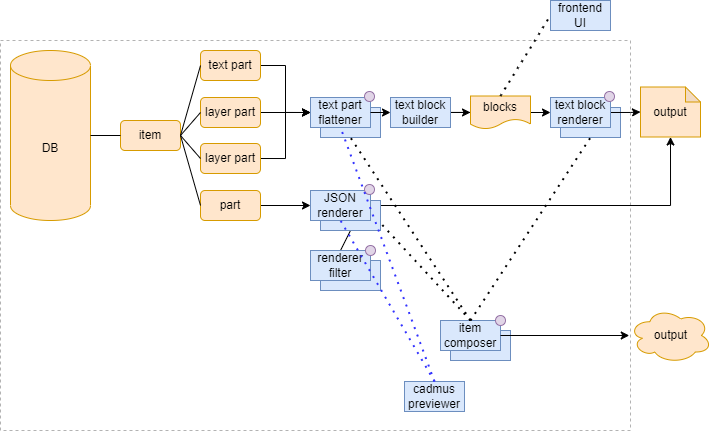
vedph/cadmus-migration keeps this draw.io diagram as docs/img/cadmus-export.png. Above is the earlier version. Source tidied: cells renumbered, new cells last; positions are measured from the earlier drawing's top-left corner, leaving out a move shared by most shapes. Source of this version:
```xml
<mxGraphModel>
  <root>
    <mxCell id="0" />
    <mxCell id="1" parent="0" />
    <mxCell id="2" style="rounded=0;whiteSpace=wrap;html=1;dashed=1;strokeColor=#B3B3B3;" parent="1" vertex="1">
      <mxGeometry y="40" width="630" height="390" as="geometry" />
    </mxCell>
    <mxCell id="3" style="text;html=1;strokeColor=#6c8ebf;fillColor=#dae8fc;align=center;verticalAlign=middle;whiteSpace=wrap;rounded=0;" parent="1" vertex="1">
      <mxGeometry x="560" y="107" width="60" height="30" as="geometry" />
    </mxCell>
    <mxCell id="4" value="DB" style="shape=cylinder3;whiteSpace=wrap;html=1;boundedLbl=1;backgroundOutline=1;size=15;fillColor=#ffe6cc;strokeColor=#d79b00;" parent="1" vertex="1">
      <mxGeometry x="10" y="50" width="80" height="170" as="geometry" />
    </mxCell>
    <mxCell id="5" value="item" style="rounded=1;whiteSpace=wrap;html=1;fillColor=#ffe6cc;strokeColor=#d79b00;" parent="1" vertex="1">
      <mxGeometry x="120" y="120" width="60" height="30" as="geometry" />
    </mxCell>
    <mxCell id="6" style="edgeStyle=orthogonalEdgeStyle;rounded=0;jettySize=auto;html=1;exitX=1;exitY=0.5;exitDx=0;exitDy=0;entryX=0;entryY=0.5;entryDx=0;entryDy=0;" parent="1" edge="1" source="7" target="32">
      <mxGeometry relative="1" as="geometry" />
    </mxCell>
    <mxCell id="7" value="text part" style="rounded=1;whiteSpace=wrap;html=1;fillColor=#ffe6cc;strokeColor=#d79b00;" parent="1" vertex="1">
      <mxGeometry x="200" y="50" width="60" height="30" as="geometry" />
    </mxCell>
    <mxCell id="8" style="edgeStyle=orthogonalEdgeStyle;rounded=0;jettySize=auto;html=1;exitX=1;exitY=0.5;exitDx=0;exitDy=0;entryX=0;entryY=0.5;entryDx=0;entryDy=0;" parent="1" edge="1" source="9" target="32">
      <mxGeometry relative="1" as="geometry" />
    </mxCell>
    <mxCell id="9" value="layer part" style="rounded=1;whiteSpace=wrap;html=1;fillColor=#ffe6cc;strokeColor=#d79b00;" parent="1" vertex="1">
      <mxGeometry x="200" y="97" width="60" height="30" as="geometry" />
    </mxCell>
    <mxCell id="10" style="edgeStyle=orthogonalEdgeStyle;rounded=0;jettySize=auto;html=1;exitX=1;exitY=0.5;exitDx=0;exitDy=0;entryX=0;entryY=0.5;entryDx=0;entryDy=0;" parent="1" edge="1" source="11" target="32">
      <mxGeometry relative="1" as="geometry" />
    </mxCell>
    <mxCell id="11" value="layer part" style="rounded=1;whiteSpace=wrap;html=1;fillColor=#ffe6cc;strokeColor=#d79b00;" parent="1" vertex="1">
      <mxGeometry x="200" y="143" width="60" height="30" as="geometry" />
    </mxCell>
    <mxCell id="12" style="edgeStyle=orthogonalEdgeStyle;rounded=0;jettySize=auto;html=1;exitX=1;exitY=0.5;exitDx=0;exitDy=0;" parent="1" edge="1" source="13" target="43">
      <mxGeometry relative="1" as="geometry" />
    </mxCell>
    <mxCell id="13" value="part" style="rounded=1;whiteSpace=wrap;html=1;fillColor=#ffe6cc;strokeColor=#d79b00;" parent="1" vertex="1">
      <mxGeometry x="200" y="190" width="60" height="30" as="geometry" />
    </mxCell>
    <mxCell id="14" style="edgeStyle=orthogonalEdgeStyle;rounded=0;jettySize=auto;html=1;exitX=1;exitY=0.5;exitDx=0;exitDy=0;" parent="1" edge="1" source="15" target="17">
      <mxGeometry relative="1" as="geometry" />
    </mxCell>
    <mxCell id="15" value="text block builder" style="text;html=1;strokeColor=#6c8ebf;fillColor=#dae8fc;align=center;verticalAlign=middle;whiteSpace=wrap;rounded=0;" parent="1" vertex="1">
      <mxGeometry x="390" y="97" width="60" height="30" as="geometry" />
    </mxCell>
    <mxCell id="16" style="edgeStyle=orthogonalEdgeStyle;rounded=0;jettySize=auto;html=1;exitX=1;exitY=0.5;exitDx=0;exitDy=0;entryX=0;entryY=0.5;entryDx=0;entryDy=0;" parent="1" edge="1" source="17" target="21">
      <mxGeometry relative="1" as="geometry" />
    </mxCell>
    <mxCell id="17" value="blocks" style="shape=document;whiteSpace=wrap;html=1;boundedLbl=1;fillColor=#ffe6cc;strokeColor=#d79b00;" parent="1" vertex="1">
      <mxGeometry x="470" y="95.5" width="60" height="33" as="geometry" />
    </mxCell>
    <mxCell id="18" style="endArrow=none;html=1;rounded=0;entryX=0.5;entryY=1;entryDx=0;entryDy=0;exitX=0.5;exitY=0;exitDx=0;exitDy=0;" parent="1" edge="1" source="46" target="42">
      <mxGeometry relative="1" as="geometry" />
    </mxCell>
    <mxCell id="19" value="frontend UI" style="text;html=1;strokeColor=#6c8ebf;fillColor=#dae8fc;align=center;verticalAlign=middle;whiteSpace=wrap;rounded=0;" parent="1" vertex="1">
      <mxGeometry x="550" width="60" height="30" as="geometry" />
    </mxCell>
    <mxCell id="20" style="edgeStyle=orthogonalEdgeStyle;rounded=0;jettySize=auto;html=1;exitX=1;exitY=0.5;exitDx=0;exitDy=0;" parent="1" edge="1" source="21" target="23">
      <mxGeometry relative="1" as="geometry" />
    </mxCell>
    <mxCell id="21" value="text block renderer" style="text;html=1;strokeColor=#6c8ebf;fillColor=#dae8fc;align=center;verticalAlign=middle;whiteSpace=wrap;rounded=0;" parent="1" vertex="1">
      <mxGeometry x="550" y="97" width="60" height="30" as="geometry" />
    </mxCell>
    <mxCell id="22" style="endArrow=none;dashed=1;html=1;dashPattern=1 3;strokeWidth=2;rounded=0;entryX=0;entryY=0.5;entryDx=0;entryDy=0;exitX=0.5;exitY=0;exitDx=0;exitDy=0;" parent="1" edge="1" source="17" target="19">
      <mxGeometry relative="1" as="geometry" />
    </mxCell>
    <mxCell id="23" value="output" style="shape=note;whiteSpace=wrap;html=1;backgroundOutline=1;darkOpacity=0.05;size=15;fillColor=#ffe6cc;strokeColor=#d79b00;" parent="1" vertex="1">
      <mxGeometry x="640" y="86.5" width="60" height="50" as="geometry" />
    </mxCell>
    <mxCell id="24" style="endArrow=none;html=1;rounded=0;entryX=1;entryY=0.5;entryDx=0;entryDy=0;entryPerimeter=0;exitX=0;exitY=0.5;exitDx=0;exitDy=0;" parent="1" edge="1" source="5" target="4">
      <mxGeometry relative="1" as="geometry" />
    </mxCell>
    <mxCell id="25" style="endArrow=none;html=1;rounded=0;entryX=0;entryY=0.5;entryDx=0;entryDy=0;exitX=1;exitY=0.5;exitDx=0;exitDy=0;" parent="1" edge="1" source="5" target="7">
      <mxGeometry relative="1" as="geometry" />
    </mxCell>
    <mxCell id="26" style="endArrow=none;html=1;rounded=0;entryX=0;entryY=0.5;entryDx=0;entryDy=0;exitX=1;exitY=0.5;exitDx=0;exitDy=0;" parent="1" edge="1" source="5" target="9">
      <mxGeometry relative="1" as="geometry" />
    </mxCell>
    <mxCell id="27" style="endArrow=none;html=1;rounded=0;entryX=0;entryY=0.5;entryDx=0;entryDy=0;exitX=1;exitY=0.5;exitDx=0;exitDy=0;" parent="1" edge="1" source="5" target="11">
      <mxGeometry relative="1" as="geometry" />
    </mxCell>
    <mxCell id="28" style="endArrow=none;html=1;rounded=0;entryX=0;entryY=0.5;entryDx=0;entryDy=0;exitX=1;exitY=0.5;exitDx=0;exitDy=0;" parent="1" edge="1" source="5" target="13">
      <mxGeometry relative="1" as="geometry" />
    </mxCell>
    <mxCell id="29" style="edgeStyle=orthogonalEdgeStyle;rounded=0;jettySize=auto;html=1;exitX=1;exitY=0.5;exitDx=0;exitDy=0;entryX=0.5;entryY=1;entryDx=0;entryDy=0;entryPerimeter=0;" parent="1" edge="1" source="43" target="23">
      <mxGeometry relative="1" as="geometry" />
    </mxCell>
    <mxCell id="30" style="group;" parent="1" vertex="1">
      <mxGeometry x="310" y="97" width="70" height="40" as="geometry" />
    </mxCell>
    <mxCell id="31" style="text;html=1;strokeColor=#6c8ebf;fillColor=#dae8fc;align=center;verticalAlign=middle;whiteSpace=wrap;rounded=0;" parent="30" vertex="1">
      <mxGeometry x="10" y="10" width="60" height="30" as="geometry" />
    </mxCell>
    <mxCell id="32" value="text part flattener" style="text;html=1;strokeColor=#6c8ebf;fillColor=#dae8fc;align=center;verticalAlign=middle;whiteSpace=wrap;rounded=0;" parent="30" vertex="1">
      <mxGeometry width="60" height="30" as="geometry" />
    </mxCell>
    <mxCell id="33" style="edgeStyle=orthogonalEdgeStyle;rounded=0;jettySize=auto;html=1;exitX=1;exitY=0.5;exitDx=0;exitDy=0;entryX=0;entryY=0.5;entryDx=0;entryDy=0;" parent="1" edge="1" source="32" target="15">
      <mxGeometry relative="1" as="geometry" />
    </mxCell>
    <mxCell id="34" style="ellipse;whiteSpace=wrap;html=1;fillColor=#e1d5e7;strokeColor=#9673a6;" parent="1" vertex="1">
      <mxGeometry x="364" y="91" width="10" height="10" as="geometry" />
    </mxCell>
    <mxCell id="35" style="ellipse;whiteSpace=wrap;html=1;fillColor=#e1d5e7;strokeColor=#9673a6;" parent="1" vertex="1">
      <mxGeometry x="604" y="91" width="10" height="10" as="geometry" />
    </mxCell>
    <mxCell id="36" style="group;" parent="1" vertex="1">
      <mxGeometry x="440" y="320" width="70" height="40" as="geometry" />
    </mxCell>
    <mxCell id="37" style="text;html=1;strokeColor=#6c8ebf;fillColor=#dae8fc;align=center;verticalAlign=middle;whiteSpace=wrap;rounded=0;" parent="36" vertex="1">
      <mxGeometry x="10" y="10" width="60" height="30" as="geometry" />
    </mxCell>
    <mxCell id="38" value="item composer" style="text;html=1;strokeColor=#6c8ebf;fillColor=#dae8fc;align=center;verticalAlign=middle;whiteSpace=wrap;rounded=0;" parent="36" vertex="1">
      <mxGeometry width="60" height="30" as="geometry" />
    </mxCell>
    <mxCell id="39" style="ellipse;whiteSpace=wrap;html=1;fillColor=#e1d5e7;strokeColor=#9673a6;" parent="36" vertex="1">
      <mxGeometry x="55" y="-5" width="10" height="10" as="geometry" />
    </mxCell>
    <mxCell id="40" style="endArrow=none;dashed=1;html=1;dashPattern=1 3;strokeWidth=2;rounded=0;entryX=0.5;entryY=1;entryDx=0;entryDy=0;exitX=0.5;exitY=0;exitDx=0;exitDy=0;" parent="1" edge="1" source="38" target="31">
      <mxGeometry relative="1" as="geometry" />
    </mxCell>
    <mxCell id="41" style="group;" parent="1" vertex="1">
      <mxGeometry x="310" y="190" width="70" height="40" as="geometry" />
    </mxCell>
    <mxCell id="42" style="text;html=1;strokeColor=#6c8ebf;fillColor=#dae8fc;align=center;verticalAlign=middle;whiteSpace=wrap;rounded=0;" parent="41" vertex="1">
      <mxGeometry x="10" y="10" width="60" height="30" as="geometry" />
    </mxCell>
    <mxCell id="43" value="JSON renderer" style="text;html=1;strokeColor=#6c8ebf;fillColor=#dae8fc;align=center;verticalAlign=middle;whiteSpace=wrap;rounded=0;" parent="41" vertex="1">
      <mxGeometry width="60" height="30" as="geometry" />
    </mxCell>
    <mxCell id="44" style="group;" parent="1" vertex="1">
      <mxGeometry x="310" y="250" width="70" height="40" as="geometry" />
    </mxCell>
    <mxCell id="45" style="text;html=1;strokeColor=#6c8ebf;fillColor=#dae8fc;align=center;verticalAlign=middle;whiteSpace=wrap;rounded=0;" parent="44" vertex="1">
      <mxGeometry x="10" y="10" width="60" height="30" as="geometry" />
    </mxCell>
    <mxCell id="46" value="renderer filter" style="text;html=1;strokeColor=#6c8ebf;fillColor=#dae8fc;align=center;verticalAlign=middle;whiteSpace=wrap;rounded=0;" parent="44" vertex="1">
      <mxGeometry width="60" height="30" as="geometry" />
    </mxCell>
    <mxCell id="47" style="ellipse;whiteSpace=wrap;html=1;fillColor=#e1d5e7;strokeColor=#9673a6;" parent="44" vertex="1">
      <mxGeometry x="55" y="-5" width="10" height="10" as="geometry" />
    </mxCell>
    <mxCell id="48" style="endArrow=none;dashed=1;html=1;dashPattern=1 3;strokeWidth=2;rounded=0;entryX=0.5;entryY=1;entryDx=0;entryDy=0;exitX=0.5;exitY=0;exitDx=0;exitDy=0;" parent="1" edge="1" source="38" target="3">
      <mxGeometry relative="1" as="geometry" />
    </mxCell>
    <mxCell id="49" style="endArrow=none;dashed=1;html=1;dashPattern=1 3;strokeWidth=2;rounded=0;entryX=1;entryY=0.75;entryDx=0;entryDy=0;" parent="1" edge="1" target="42">
      <mxGeometry relative="1" as="geometry">
        <mxPoint x="470" y="320" as="sourcePoint" />
      </mxGeometry>
    </mxCell>
    <mxCell id="50" style="ellipse;whiteSpace=wrap;html=1;fillColor=#e1d5e7;strokeColor=#9673a6;" parent="1" vertex="1">
      <mxGeometry x="364" y="184" width="10" height="10" as="geometry" />
    </mxCell>
    <mxCell id="51" value="output" style="ellipse;shape=cloud;whiteSpace=wrap;html=1;fillColor=#ffe6cc;strokeColor=#d79b00;" parent="1" vertex="1">
      <mxGeometry x="628.8" y="307.5" width="82.5" height="55" as="geometry" />
    </mxCell>
    <mxCell id="52" style="edgeStyle=orthogonalEdgeStyle;rounded=0;jettySize=auto;html=1;exitX=1;exitY=0.5;exitDx=0;exitDy=0;" parent="1" edge="1" source="38" target="51">
      <mxGeometry relative="1" as="geometry" />
    </mxCell>
    <mxCell id="53" value="cadmus previewer" style="text;html=1;strokeColor=#6c8ebf;fillColor=#dae8fc;align=center;verticalAlign=middle;whiteSpace=wrap;rounded=0;" parent="1" vertex="1">
      <mxGeometry x="404" y="381" width="60" height="30" as="geometry" />
    </mxCell>
    <mxCell id="54" style="endArrow=none;dashed=1;html=1;dashPattern=1 3;strokeWidth=2;rounded=0;exitX=0.5;exitY=0;exitDx=0;exitDy=0;entryX=0.5;entryY=1;entryDx=0;entryDy=0;strokeColor=#3333FF;" parent="1" edge="1" source="53" target="43">
      <mxGeometry relative="1" as="geometry" />
    </mxCell>
    <mxCell id="55" style="endArrow=none;dashed=1;html=1;dashPattern=1 3;strokeWidth=2;rounded=0;exitX=0.5;exitY=0;exitDx=0;exitDy=0;entryX=0.5;entryY=1;entryDx=0;entryDy=0;strokeColor=#3333FF;" parent="1" edge="1" source="53" target="32">
      <mxGeometry relative="1" as="geometry" />
    </mxCell>
  </root>
</mxGraphModel>
```
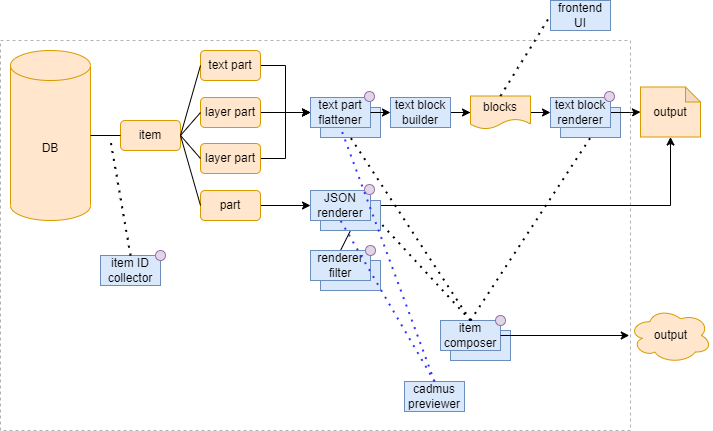
The same file after the commit.

What changed in the source:
```diff
@@ -166,5 +166,19 @@
     <mxCell id="55" style="endArrow=none;dashed=1;html=1;dashPattern=1 3;strokeWidth=2;rounded=0;exitX=0.5;exitY=0;exitDx=0;exitDy=0;entryX=0.5;entryY=1;entryDx=0;entryDy=0;strokeColor=#3333FF;" parent="1" edge="1" source="53" target="32">
       <mxGeometry relative="1" as="geometry" />
     </mxCell>
+    <mxCell id="56" style="group;" parent="1" vertex="1">
+      <mxGeometry x="100" y="250" width="65" height="35" as="geometry" />
+    </mxCell>
+    <mxCell id="57" value="item ID collector" style="text;html=1;strokeColor=#6c8ebf;fillColor=#dae8fc;align=center;verticalAlign=middle;whiteSpace=wrap;rounded=0;" parent="56" vertex="1">
+      <mxGeometry y="5" width="60" height="30" as="geometry" />
+    </mxCell>
+    <mxCell id="58" style="ellipse;whiteSpace=wrap;html=1;fillColor=#e1d5e7;strokeColor=#9673a6;" parent="56" vertex="1">
+      <mxGeometry x="55" width="10" height="10" as="geometry" />
+    </mxCell>
+    <mxCell id="59" style="endArrow=none;dashed=1;html=1;dashPattern=1 3;strokeWidth=2;rounded=0;exitX=0.5;exitY=0;exitDx=0;exitDy=0;" parent="1" edge="1" source="57">
+      <mxGeometry relative="1" as="geometry">
+        <mxPoint x="110" y="140" as="targetPoint" />
+      </mxGeometry>
+    </mxCell>
   </root>
 </mxGraphModel>
```
